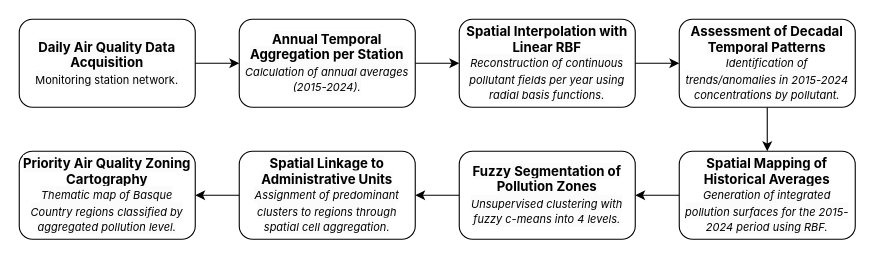
The draw.io diagram Pais_Vasco_AIRE.drawio in heberallin/Trabajos, before the edit. Source tidied: cells renumbered, new cells numbered last; positions are measured from the earlier drawing's top-left corner, leaving out a move shared by most shapes. Both pictures are drawn from the tidied source at 110%, with x=0, y=0 at pixel (19, 19).
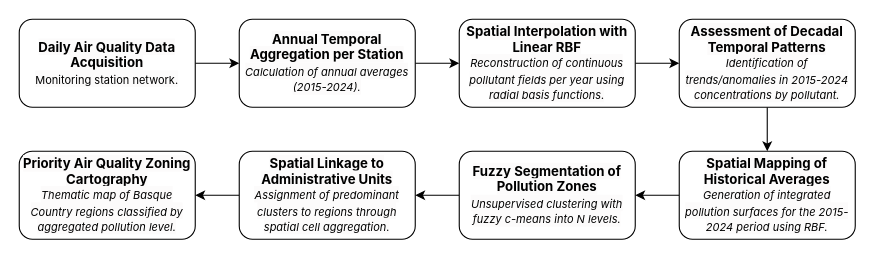
The same diagram, later.

Diff of the diagram source:
```diff
@@
 <mxGraphModel>
   <root>
     <mxCell id="0" />
     <mxCell id="1" parent="0" />
     <mxCell id="2" style="edgeStyle=orthogonalEdgeStyle;rounded=0;jettySize=auto;html=1;exitX=1;exitY=0.5;exitDx=0;exitDy=0;entryX=0;entryY=0.5;entryDx=0;entryDy=0;" parent="1" edge="1" source="3" target="5">
       <mxGeometry relative="1" as="geometry" />
     </mxCell>
     <mxCell id="3" value="&lt;span style=&quot;box-sizing: border-box; margin: 0px; border: 0px; padding: 0px; font-weight: 700; font-family: Inter, sans-serif; text-align: start; background-color: rgb(252, 251, 251);&quot;&gt;&lt;font&gt;Daily Air Quality Data Acquisition&lt;/font&gt;&lt;/span&gt;&lt;div&gt;&lt;span style=&quot;box-sizing: border-box; margin: 0px; border: 0px; padding: 0px; font-weight: 700; font-family: Inter, sans-serif; text-align: start; background-color: rgb(252, 251, 251);&quot;&gt;&lt;span style=&quot;box-sizing: border-box; margin: 0px; border: 0px; padding: 0px; font-weight: 400;&quot;&gt;&lt;font style=&quot;font-size: 10px;&quot;&gt;Monitoring station network.&lt;/font&gt;&lt;/span&gt;&lt;/span&gt;&lt;/div&gt;" style="rounded=1;whiteSpace=wrap;html=1;" parent="1" vertex="1">
       <mxGeometry width="160" height="80" as="geometry" />
     </mxCell>
     <mxCell id="4" style="edgeStyle=orthogonalEdgeStyle;rounded=0;jettySize=auto;html=1;exitX=1;exitY=0.5;exitDx=0;exitDy=0;entryX=0;entryY=0.5;entryDx=0;entryDy=0;" parent="1" edge="1" source="5" target="7">
       <mxGeometry relative="1" as="geometry" />
     </mxCell>
     <mxCell id="5" value="&lt;span style=&quot;box-sizing: border-box; margin: 0px; border: 0px; padding: 0px; font-weight: 700; font-family: Inter, sans-serif; text-align: start; background-color: rgb(252, 251, 251);&quot;&gt;&lt;font&gt;Annual Temporal Aggregation per Station&lt;/font&gt;&lt;/span&gt;&lt;br&gt;&lt;div&gt;&lt;em style=&quot;box-sizing: border-box; margin: 0px; border: 0px; padding: 0px; font-family: Inter, sans-serif; text-align: start; background-color: rgb(252, 251, 251);&quot;&gt;&lt;font style=&quot;font-size: 10px;&quot;&gt;Calculation of annual averages (2015-2024).&lt;/font&gt;&lt;/em&gt;&lt;/div&gt;" style="rounded=1;whiteSpace=wrap;html=1;" parent="1" vertex="1">
       <mxGeometry x="200" width="160" height="80" as="geometry" />
     </mxCell>
     <mxCell id="6" style="edgeStyle=orthogonalEdgeStyle;rounded=0;jettySize=auto;html=1;exitX=1;exitY=0.5;exitDx=0;exitDy=0;entryX=0;entryY=0.5;entryDx=0;entryDy=0;" parent="1" edge="1" source="7" target="9">
       <mxGeometry relative="1" as="geometry" />
     </mxCell>
     <mxCell id="7" value="&lt;span style=&quot;box-sizing: border-box; margin: 0px; border: 0px; padding: 0px; font-weight: 700; font-family: Inter, sans-serif; text-align: start; background-color: rgb(252, 251, 251);&quot;&gt;&lt;font&gt;Spatial Interpolation with Linear RBF&lt;/font&gt;&lt;/span&gt;&lt;br&gt;&lt;div&gt;&lt;em style=&quot;box-sizing: border-box; margin: 0px; border: 0px; padding: 0px; font-family: Inter, sans-serif; text-align: start; background-color: rgb(252, 251, 251);&quot;&gt;&lt;font style=&quot;font-size: 10px;&quot;&gt;Reconstruction of continuous pollutant fields per year using radial basis functions.&lt;/font&gt;&lt;/em&gt;&lt;/div&gt;" style="rounded=1;whiteSpace=wrap;html=1;" parent="1" vertex="1">
       <mxGeometry x="400" width="160" height="80" as="geometry" />
     </mxCell>
     <mxCell id="8" style="edgeStyle=orthogonalEdgeStyle;rounded=0;jettySize=auto;html=1;exitX=0.5;exitY=1;exitDx=0;exitDy=0;entryX=0.5;entryY=0;entryDx=0;entryDy=0;" parent="1" edge="1" source="9" target="11">
       <mxGeometry relative="1" as="geometry" />
     </mxCell>
     <mxCell id="9" value="&lt;span style=&quot;box-sizing: border-box; margin: 0px; border: 0px; padding: 0px; font-weight: 700; font-family: Inter, sans-serif; text-align: start; background-color: rgb(252, 251, 251);&quot;&gt;&lt;font&gt;Assessment of Decadal Temporal Patterns&lt;/font&gt;&lt;/span&gt;&lt;br&gt;&lt;div&gt;&lt;em style=&quot;box-sizing: border-box; margin: 0px; border: 0px; padding: 0px; font-family: Inter, sans-serif; text-align: start; background-color: rgb(252, 251, 251);&quot;&gt;&lt;font style=&quot;font-size: 10px;&quot;&gt;Identification of trends/anomalies in 2015-2024 concentrations by pollutant.&lt;/font&gt;&lt;/em&gt;&lt;/div&gt;" style="rounded=1;whiteSpace=wrap;html=1;" parent="1" vertex="1">
       <mxGeometry x="600" width="160" height="80" as="geometry" />
     </mxCell>
     <mxCell id="10" style="edgeStyle=orthogonalEdgeStyle;rounded=0;jettySize=auto;html=1;exitX=0;exitY=0.5;exitDx=0;exitDy=0;entryX=1;entryY=0.5;entryDx=0;entryDy=0;" parent="1" edge="1" source="11" target="13">
       <mxGeometry relative="1" as="geometry" />
     </mxCell>
     <mxCell id="11" value="&lt;span style=&quot;box-sizing: border-box; margin: 0px; border: 0px; padding: 0px; font-weight: 700; font-family: Inter, sans-serif; text-align: start; background-color: rgb(252, 251, 251);&quot;&gt;&lt;font&gt;Spatial Mapping of Historical Averages&lt;/font&gt;&lt;/span&gt;&lt;br&gt;&lt;div&gt;&lt;em style=&quot;box-sizing: border-box; margin: 0px; border: 0px; padding: 0px; font-family: Inter, sans-serif; text-align: start; background-color: rgb(252, 251, 251);&quot;&gt;&lt;font style=&quot;font-size: 10px;&quot;&gt;Generation of integrated pollution surfaces for the 2015-2024 period using RBF.&lt;/font&gt;&lt;/em&gt;&lt;/div&gt;" style="rounded=1;whiteSpace=wrap;html=1;" parent="1" vertex="1">
       <mxGeometry x="600" y="120" width="160" height="80" as="geometry" />
     </mxCell>
     <mxCell id="12" style="edgeStyle=orthogonalEdgeStyle;rounded=0;jettySize=auto;html=1;exitX=0;exitY=0.5;exitDx=0;exitDy=0;entryX=1;entryY=0.5;entryDx=0;entryDy=0;" parent="1" edge="1" source="13" target="15">
       <mxGeometry relative="1" as="geometry" />
     </mxCell>
-    <mxCell id="13" value="&lt;span style=&quot;box-sizing: border-box; margin: 0px; border: 0px; padding: 0px; font-weight: 700; font-family: Inter, sans-serif; text-align: start; background-color: rgb(252, 251, 251);&quot;&gt;&lt;font&gt;Fuzzy Segmentation of Pollution Zones&lt;/font&gt;&lt;/span&gt;&lt;br&gt;&lt;div&gt;&lt;em style=&quot;box-sizing: border-box; margin: 0px; border: 0px; padding: 0px; font-family: Inter, sans-serif; text-align: start; background-color: rgb(252, 251, 251);&quot;&gt;&lt;font style=&quot;font-size: 10px;&quot;&gt;Unsupervised clustering with fuzzy c-means into 4 levels.&lt;/font&gt;&lt;/em&gt;&lt;/div&gt;" style="rounded=1;whiteSpace=wrap;html=1;" parent="1" vertex="1">
+    <mxCell id="13" value="&lt;span style=&quot;box-sizing: border-box; margin: 0px; border: 0px; padding: 0px; font-weight: 700; font-family: Inter, sans-serif; text-align: start; background-color: rgb(252, 251, 251);&quot;&gt;&lt;font&gt;Fuzzy Segmentation of Pollution Zones&lt;/font&gt;&lt;/span&gt;&lt;br&gt;&lt;div&gt;&lt;em style=&quot;box-sizing: border-box; margin: 0px; border: 0px; padding: 0px; font-family: Inter, sans-serif; text-align: start; background-color: rgb(252, 251, 251);&quot;&gt;&lt;font style=&quot;font-size: 10px;&quot;&gt;Unsupervised clustering with fuzzy c-means into N levels.&lt;/font&gt;&lt;/em&gt;&lt;/div&gt;" style="rounded=1;whiteSpace=wrap;html=1;" parent="1" vertex="1">
       <mxGeometry x="400" y="120" width="160" height="80" as="geometry" />
     </mxCell>
     <mxCell id="14" style="edgeStyle=orthogonalEdgeStyle;rounded=0;jettySize=auto;html=1;exitX=0;exitY=0.5;exitDx=0;exitDy=0;entryX=1;entryY=0.5;entryDx=0;entryDy=0;" parent="1" edge="1" source="15" target="16">
       <mxGeometry relative="1" as="geometry" />
     </mxCell>
     <mxCell id="15" value="&lt;span style=&quot;box-sizing: border-box; margin: 0px; border: 0px; padding: 0px; font-weight: 700; font-family: Inter, sans-serif; text-align: start; background-color: rgb(252, 251, 251);&quot;&gt;&lt;font&gt;Spatial Linkage to Administrative Units&lt;/font&gt;&lt;/span&gt;&lt;br&gt;&lt;div&gt;&lt;em style=&quot;box-sizing: border-box; margin: 0px; border: 0px; padding: 0px; font-family: Inter, sans-serif; text-align: start; background-color: rgb(252, 251, 251);&quot;&gt;&lt;font style=&quot;font-size: 10px;&quot;&gt;Assignment of predominant clusters to regions through spatial cell aggregation.&lt;/font&gt;&lt;/em&gt;&lt;/div&gt;" style="rounded=1;whiteSpace=wrap;html=1;" parent="1" vertex="1">
       <mxGeometry x="200" y="120" width="160" height="80" as="geometry" />
     </mxCell>
     <mxCell id="16" value="&lt;div&gt;&lt;em style=&quot;box-sizing: border-box; margin: 0px; border: 0px; padding: 0px; font-family: Inter, sans-serif; text-align: start; background-color: rgb(252, 251, 251);&quot;&gt;&lt;font style=&quot;&quot;&gt;&lt;span style=&quot;box-sizing: border-box; margin: 0px; border: 0px; padding: 0px; font-weight: 700; font-style: normal;&quot;&gt;&lt;font&gt;Priority Air Quality Zoning Cartography&lt;/font&gt;&lt;/span&gt;&lt;/font&gt;&lt;/em&gt;&lt;/div&gt;&lt;div&gt;&lt;em style=&quot;box-sizing: border-box; margin: 0px; border: 0px; padding: 0px; font-family: Inter, sans-serif; text-align: start; background-color: rgb(252, 251, 251);&quot;&gt;&lt;font style=&quot;font-size: 10px;&quot;&gt;Thematic map of Basque Country regions classified by aggregated pollution level.&lt;/font&gt;&lt;/em&gt;&lt;/div&gt;" style="rounded=1;whiteSpace=wrap;html=1;" parent="1" vertex="1">
       <mxGeometry y="120" width="160" height="80" as="geometry" />
     </mxCell>
   </root>
 </mxGraphModel>
```
